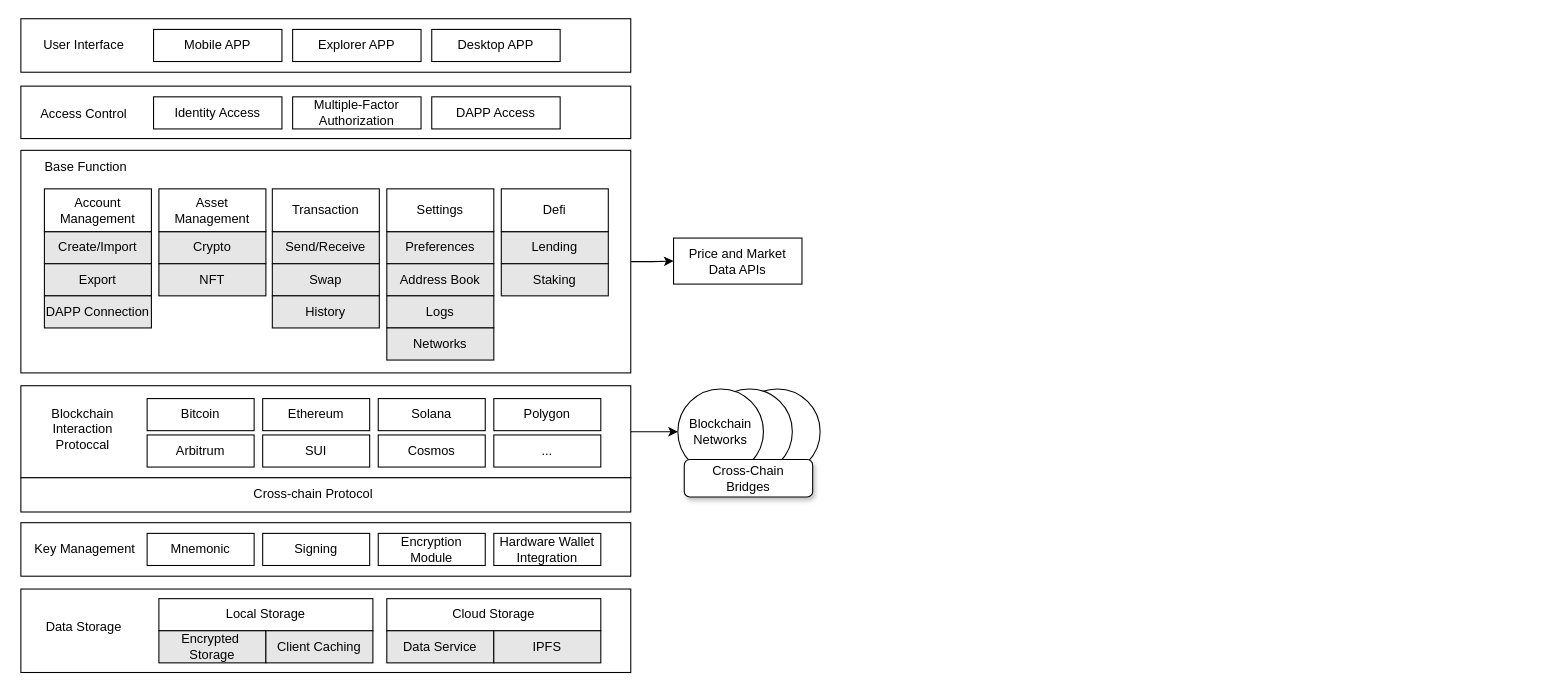
Above: Wallet.drawio in hikariiiiiii/draw (draw.io), before the change. Source tidied: cells renumbered, new cells numbered last; positions are measured from the earlier drawing's top-left corner, leaving out a move shared by most shapes. Both pictures are drawn from the tidied source at 107%, with x=0, y=0 at pixel (18, 18).
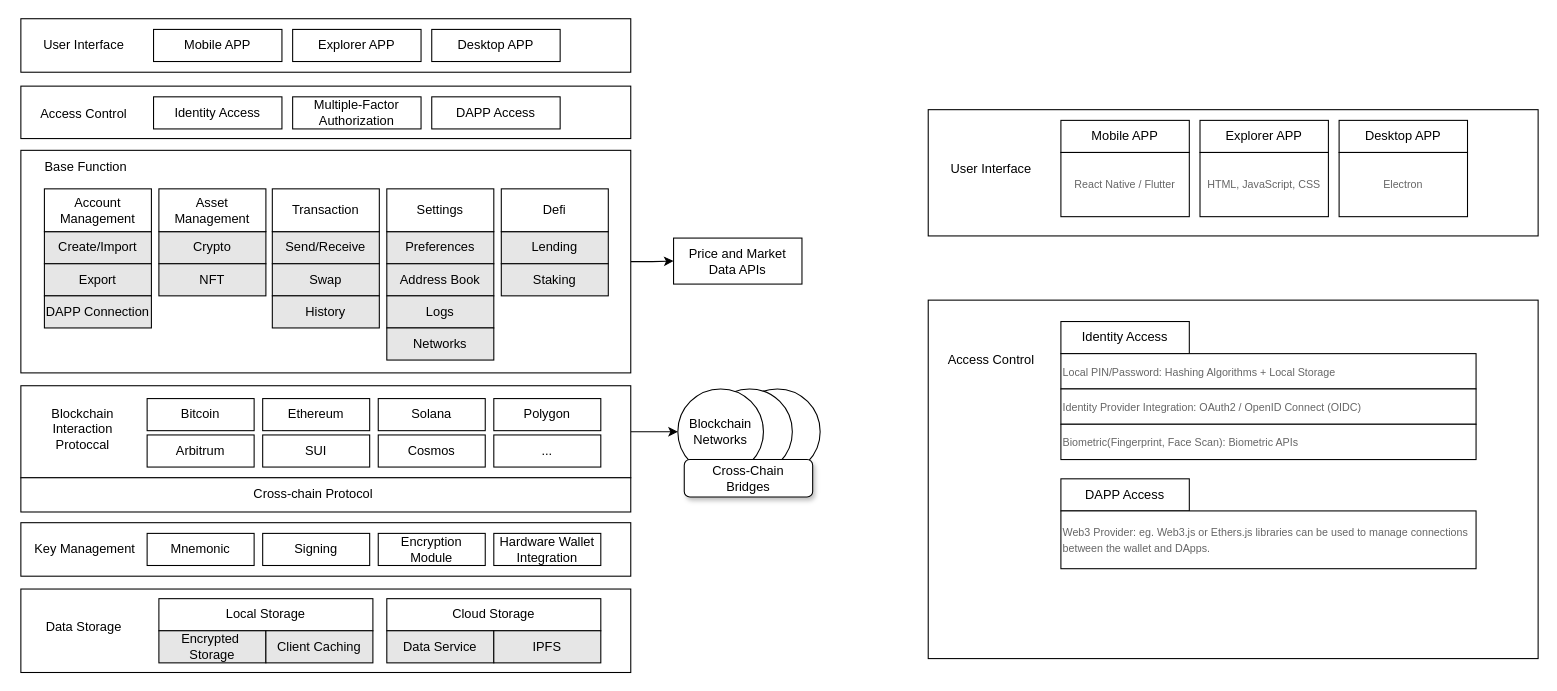
Above is the later version.

Diff of the diagram source:
```diff
@@
+    <mxCell id="66" style="rounded=0;whiteSpace=wrap;html=1;" parent="1" vertex="1">
+      <mxGeometry x="850" y="85" width="570" height="118" as="geometry" />
+    </mxCell>
+    <mxCell id="67" value="User Interface" style="text;html=1;align=center;verticalAlign=middle;whiteSpace=wrap;rounded=0;" parent="1" vertex="1">
+      <mxGeometry x="854" y="126" width="110" height="30" as="geometry" />
+    </mxCell>
+    <mxCell id="68" value="Mobile APP" style="rounded=0;whiteSpace=wrap;html=1;" parent="1" vertex="1">
+      <mxGeometry x="974" y="95" width="120" height="30" as="geometry" />
+    </mxCell>
+    <mxCell id="69" value="Explorer APP" style="rounded=0;whiteSpace=wrap;html=1;" parent="1" vertex="1">
+      <mxGeometry x="1104" y="95" width="120" height="30" as="geometry" />
+    </mxCell>
+    <mxCell id="70" value="Desktop APP" style="rounded=0;whiteSpace=wrap;html=1;" parent="1" vertex="1">
+      <mxGeometry x="1234" y="95" width="120" height="30" as="geometry" />
+    </mxCell>
+    <mxCell id="71" value="&lt;font style=&quot;font-size: 10px; color: rgb(102, 102, 102);&quot;&gt;React Native / Flutter&lt;/font&gt;" style="rounded=0;whiteSpace=wrap;html=1;" parent="1" vertex="1">
+      <mxGeometry x="974" y="125" width="120" height="60" as="geometry" />
+    </mxCell>
+    <mxCell id="72" value="&lt;span style=&quot;color: rgb(102, 102, 102); font-size: 10px;&quot;&gt;HTML, JavaScript, CSS&lt;/span&gt;" style="rounded=0;whiteSpace=wrap;html=1;" parent="1" vertex="1">
+      <mxGeometry x="1104" y="125" width="120" height="60" as="geometry" />
+    </mxCell>
+    <mxCell id="73" value="&lt;font color=&quot;#666666&quot;&gt;&lt;span style=&quot;font-size: 10px;&quot;&gt;Electron&lt;/span&gt;&lt;/font&gt;" style="rounded=0;whiteSpace=wrap;html=1;" parent="1" vertex="1">
+      <mxGeometry x="1234" y="125" width="120" height="60" as="geometry" />
+    </mxCell>
+    <mxCell id="74" style="rounded=0;whiteSpace=wrap;html=1;" parent="1" vertex="1">
+      <mxGeometry x="850" y="263" width="570" height="335" as="geometry" />
+    </mxCell>
+    <mxCell id="75" value="Access Control" style="text;html=1;align=center;verticalAlign=middle;whiteSpace=wrap;rounded=0;" parent="1" vertex="1">
+      <mxGeometry x="854" y="304" width="110" height="30" as="geometry" />
+    </mxCell>
+    <mxCell id="76" value="Identity Access" style="rounded=0;whiteSpace=wrap;html=1;" parent="1" vertex="1">
+      <mxGeometry x="974" y="283" width="120" height="30" as="geometry" />
+    </mxCell>
+    <mxCell id="77" value="DAPP Access" style="rounded=0;whiteSpace=wrap;html=1;" parent="1" vertex="1">
+      <mxGeometry x="974" y="430" width="120" height="30" as="geometry" />
+    </mxCell>
+    <mxCell id="78" value="&lt;font style=&quot;font-size: 10px; color: rgb(102, 102, 102);&quot;&gt;Local PIN/Password: Hashing Algorithms + Local Storage&lt;/font&gt;" style="rounded=0;whiteSpace=wrap;html=1;align=left;" parent="1" vertex="1">
+      <mxGeometry x="974" y="313" width="388" height="33" as="geometry" />
+    </mxCell>
+    <mxCell id="79" value="&lt;font style=&quot;font-size: 10px; color: rgb(102, 102, 102);&quot;&gt;Identity Provider Integration:&amp;nbsp;&lt;span&gt;OAuth2&lt;/span&gt;&amp;nbsp;/&amp;nbsp;&lt;span&gt;OpenID Connect (OIDC)&lt;/span&gt;&lt;/font&gt;" style="rounded=0;whiteSpace=wrap;html=1;align=left;" parent="1" vertex="1">
+      <mxGeometry x="974" y="346" width="388" height="33" as="geometry" />
+    </mxCell>
+    <mxCell id="80" value="&lt;font style=&quot;font-size: 10px; color: rgb(102, 102, 102);&quot;&gt;Biometric(Fingerprint, Face Scan):&amp;nbsp;&lt;span&gt;Biometric APIs&lt;/span&gt;&lt;/font&gt;" style="rounded=0;whiteSpace=wrap;html=1;align=left;" parent="1" vertex="1">
+      <mxGeometry x="974" y="379" width="388" height="33" as="geometry" />
+    </mxCell>
+    <mxCell id="81" value="&lt;font style=&quot;font-size: 10px; color: rgb(102, 102, 102);&quot;&gt;Web3 Provider: eg.&amp;nbsp;&lt;span&gt;Web3.js&lt;/span&gt; or &lt;span&gt;Ethers.js&lt;/span&gt; libraries can be used to manage connections between the wallet and DApps.&amp;nbsp;&lt;/font&gt;" style="rounded=0;whiteSpace=wrap;html=1;align=left;" parent="1" vertex="1">
+      <mxGeometry x="974" y="460" width="388" height="54" as="geometry" />
+    </mxCell>
```
